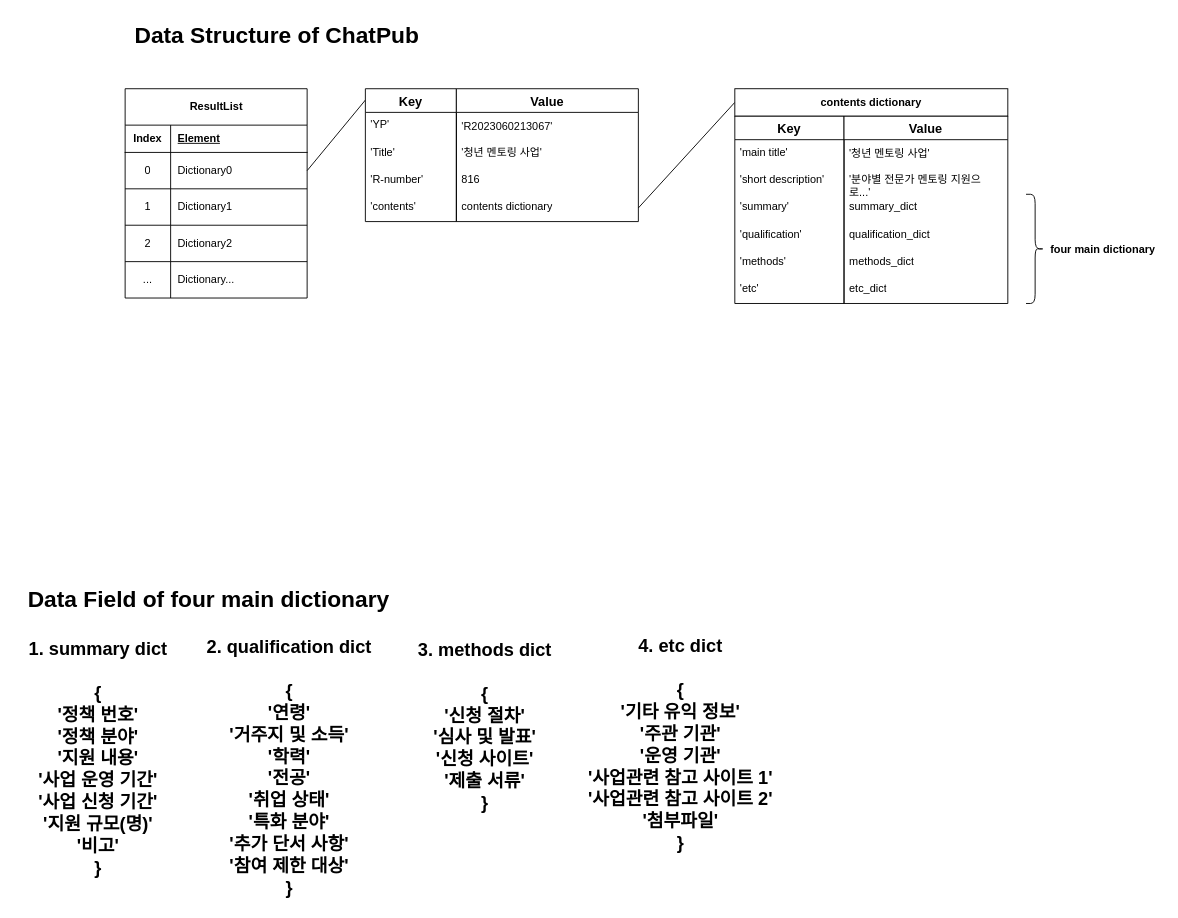
Earlier version of the draw.io diagram data_fields.drawio (Chat-Pub/ChatPub). Source tidied: cells renumbered, new cells numbered last; positions are measured from the earlier drawing's top-left corner, leaving out a move shared by most shapes. Both pictures are drawn from the tidied source at 91%, with x=0, y=0 at pixel (15, 15).
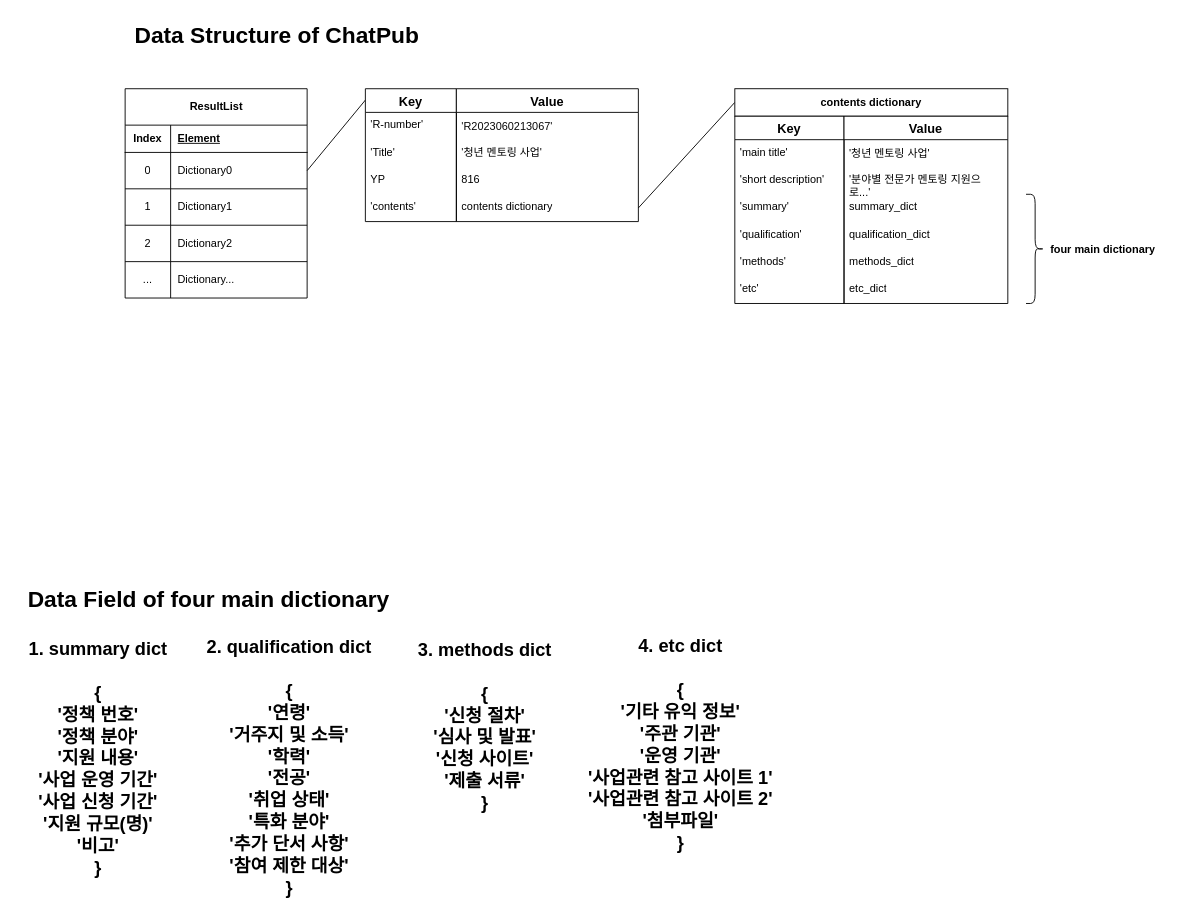
Above is the later version.

The change refers to these unchanged cells:
```xml
<mxCell id="22" value="Key" style="swimlane;fontStyle=1;horizontal=1;startSize=26;align=center;fontSize=14;" parent="1" vertex="1">
  <mxGeometry x="384" y="80" width="100" height="146" as="geometry" />
</mxCell>
```

What changed in the source:
```diff
@@
-    <mxCell id="23" value="'YP'" style="text;strokeColor=none;fillColor=none;spacingLeft=4;spacingRight=4;overflow=hidden;fontSize=12;whiteSpace=wrap;html=1;" parent="22" vertex="1">
+    <mxCell id="23" value="'R-number'" style="text;strokeColor=none;fillColor=none;spacingLeft=4;spacingRight=4;overflow=hidden;fontSize=12;whiteSpace=wrap;html=1;" parent="22" vertex="1">
       <mxGeometry y="26" width="100" height="30" as="geometry" />
     </mxCell>
@@
-    <mxCell id="25" value="'R-number'" style="text;strokeColor=none;fillColor=none;spacingLeft=4;spacingRight=4;overflow=hidden;fontSize=12;whiteSpace=wrap;html=1;" parent="22" vertex="1">
+    <mxCell id="25" value="YP" style="text;strokeColor=none;fillColor=none;spacingLeft=4;spacingRight=4;overflow=hidden;fontSize=12;whiteSpace=wrap;html=1;" parent="22" vertex="1">
       <mxGeometry y="86" width="100" height="30" as="geometry" />
     </mxCell>
```
